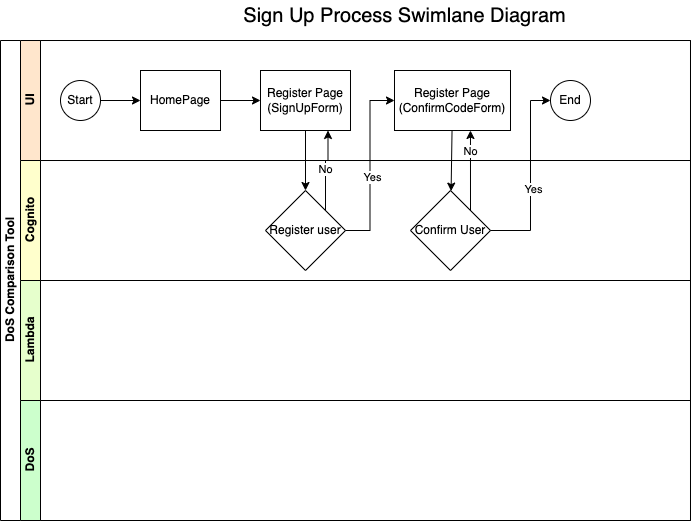
Above: documentation/diagrams/processes/Sign-Up-Process.drawio.png in nhsd-exeter/dos-comparison-tool (draw.io), before the change. Source tidied: cells renumbered, new cells last; positions are measured from the earlier drawing's top-left corner, leaving out a move shared by most shapes.
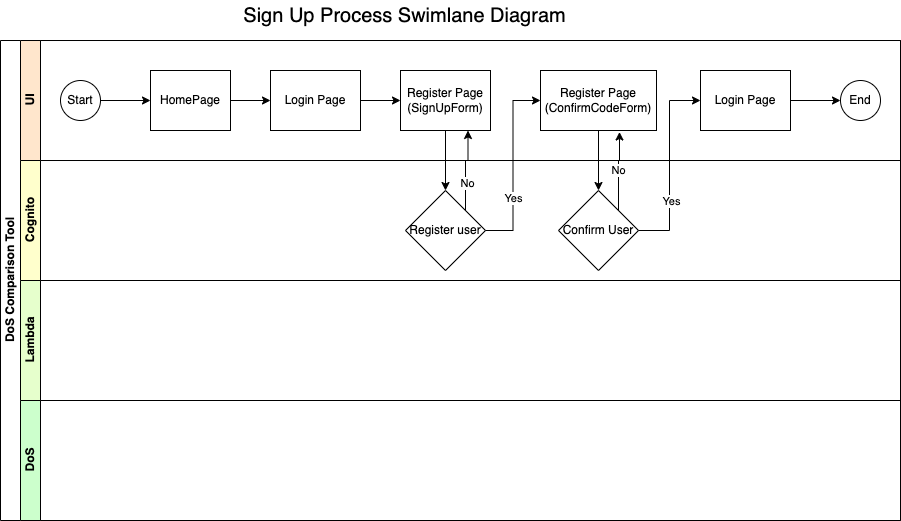
The same file after the commit.

Change to the diagram source:
```diff
@@ -3,88 +3,88 @@
     <mxCell id="0" />
     <mxCell id="1" parent="0" />
     <mxCell id="2" value="DoS Comparison Tool" style="swimlane;html=1;horizontal=0;startSize=20;" parent="1" vertex="1">
-      <mxGeometry y="40" width="690" height="480" as="geometry" />
+      <mxGeometry y="40" width="900" height="480" as="geometry" />
     </mxCell>
     <mxCell id="3" value="UI" style="swimlane;html=1;startSize=20;horizontal=0;fillColor=#FFE6CC;" parent="2" vertex="1">
-      <mxGeometry x="20" width="670" height="120" as="geometry" />
+      <mxGeometry x="20" width="880" height="120" as="geometry" />
     </mxCell>
-    <mxCell id="4" style="edgeStyle=orthogonalEdgeStyle;rounded=0;jettySize=auto;html=1;" parent="3" edge="1" source="5" target="7">
+    <mxCell id="4" style="edgeStyle=orthogonalEdgeStyle;rounded=0;html=1;" parent="3" edge="1" source="5" target="7">
       <mxGeometry relative="1" as="geometry" />
     </mxCell>
-    <mxCell id="5" value="Start" style="ellipse;whiteSpace=wrap;html=1;" parent="3" vertex="1">
+    <mxCell id="5" value="Start" style="ellipse;whiteSpace=wrap;html=1;flipH=1;" parent="3" vertex="1">
       <mxGeometry x="40" y="40" width="40" height="40" as="geometry" />
     </mxCell>
-    <mxCell id="6" style="edgeStyle=none;html=1;" parent="3" edge="1" source="7" target="8">
-      <mxGeometry relative="1" as="geometry" />
-    </mxCell>
+    <mxCell id="26" style="edgeStyle=orthogonalEdgeStyle;rounded=0;html=1;" parent="3" edge="1" source="7" target="28">
+      <mxGeometry relative="1" as="geometry" />
+    </mxCell>
-    <mxCell id="7" value="HomePage" style="rounded=0;whiteSpace=wrap;html=1;fontFamily=Helvetica;fontSize=12;fontColor=#000000;align=center;" parent="3" vertex="1">
-      <mxGeometry x="120" y="30" width="80" height="60" as="geometry" />
+    <mxCell id="7" value="HomePage" style="rounded=0;whiteSpace=wrap;html=1;fontFamily=Helvetica;fontSize=12;fontColor=#000000;align=center;flipH=1;" parent="3" vertex="1">
+      <mxGeometry x="130" y="30" width="80" height="60" as="geometry" />
     </mxCell>
-    <mxCell id="8" value="Register Page (SignUpForm)" style="rounded=0;whiteSpace=wrap;html=1;fontFamily=Helvetica;fontSize=12;fontColor=#000000;align=center;" parent="3" vertex="1">
-      <mxGeometry x="240" y="30" width="90" height="60" as="geometry" />
+    <mxCell id="8" value="Register Page (SignUpForm)" style="rounded=0;whiteSpace=wrap;html=1;fontFamily=Helvetica;fontSize=12;fontColor=#000000;align=center;flipH=1;" parent="3" vertex="1">
+      <mxGeometry x="380" y="30" width="90" height="60" as="geometry" />
     </mxCell>
+    <mxCell id="10" value="Register Page (ConfirmCodeForm)" style="rounded=0;whiteSpace=wrap;html=1;fontFamily=Helvetica;fontSize=12;fontColor=#000000;align=center;flipH=1;" parent="3" vertex="1">
+      <mxGeometry x="520" y="30" width="116" height="60" as="geometry" />
+    </mxCell>
+    <mxCell id="27" style="edgeStyle=orthogonalEdgeStyle;rounded=0;html=1;" parent="3" edge="1" source="28" target="8">
+      <mxGeometry relative="1" as="geometry" />
+    </mxCell>
+    <mxCell id="28" value="Login Page" style="rounded=0;whiteSpace=wrap;html=1;fontFamily=Helvetica;fontSize=12;fontColor=#000000;align=center;flipH=1;" parent="3" vertex="1">
+      <mxGeometry x="250" y="30" width="90" height="60" as="geometry" />
+    </mxCell>
+    <mxCell id="29" style="edgeStyle=orthogonalEdgeStyle;rounded=0;html=1;" parent="3" edge="1" source="30" target="9">
+      <mxGeometry relative="1" as="geometry" />
+    </mxCell>
+    <mxCell id="30" value="Login Page" style="rounded=0;whiteSpace=wrap;html=1;fontFamily=Helvetica;fontSize=12;fontColor=#000000;align=center;flipH=1;" parent="3" vertex="1">
+      <mxGeometry x="680" y="30" width="90" height="60" as="geometry" />
+    </mxCell>
-    <mxCell id="9" value="End" style="ellipse;whiteSpace=wrap;html=1;" parent="3" vertex="1">
-      <mxGeometry x="530" y="40" width="40" height="40" as="geometry" />
+    <mxCell id="9" value="End" style="ellipse;whiteSpace=wrap;html=1;flipH=1;" parent="3" vertex="1">
+      <mxGeometry x="820" y="40" width="40" height="40" as="geometry" />
     </mxCell>
-    <mxCell id="10" value="Register Page (ConfirmCodeForm)" style="rounded=0;whiteSpace=wrap;html=1;fontFamily=Helvetica;fontSize=12;fontColor=#000000;align=center;" parent="3" vertex="1">
-      <mxGeometry x="374" y="30" width="116" height="60" as="geometry" />
-    </mxCell>
     <mxCell id="11" value="Cognito" style="swimlane;html=1;startSize=20;horizontal=0;fillColor=#FFFFCC;" parent="2" vertex="1">
-      <mxGeometry x="20" y="120" width="670" height="120" as="geometry" />
+      <mxGeometry x="20" y="120" width="880" height="120" as="geometry" />
     </mxCell>
     <mxCell id="12" value="&lt;span&gt;Register user&lt;/span&gt;" style="rhombus;whiteSpace=wrap;html=1;" parent="11" vertex="1">
-      <mxGeometry x="245" y="30" width="80" height="80" as="geometry" />
+      <mxGeometry x="385" y="30" width="80" height="80" as="geometry" />
     </mxCell>
     <mxCell id="13" value="&lt;span&gt;Confirm User&lt;/span&gt;" style="rhombus;whiteSpace=wrap;html=1;" parent="11" vertex="1">
-      <mxGeometry x="390" y="30" width="80" height="80" as="geometry" />
+      <mxGeometry x="538" y="30" width="80" height="80" as="geometry" />
     </mxCell>
     <mxCell id="14" value="Lambda" style="swimlane;html=1;startSize=20;horizontal=0;fillColor=#E6FFCC;" parent="2" vertex="1">
-      <mxGeometry x="20" y="240" width="670" height="120" as="geometry" />
+      <mxGeometry x="20" y="240" width="880" height="120" as="geometry" />
     </mxCell>
     <mxCell id="15" value="DoS" style="swimlane;html=1;startSize=20;horizontal=0;fillColor=#CCFFCC;" parent="2" vertex="1">
-      <mxGeometry x="20" y="360" width="670" height="120" as="geometry" />
+      <mxGeometry x="20" y="360" width="880" height="120" as="geometry" />
     </mxCell>
-    <mxCell id="16" style="edgeStyle=orthogonalEdgeStyle;html=1;rounded=0;" parent="2" edge="1" source="8" target="12">
+    <mxCell id="16" style="edgeStyle=orthogonalEdgeStyle;rounded=0;html=1;entryX=0.5;entryY=0;entryDx=0;entryDy=0;" parent="2" edge="1" source="8" target="12">
       <mxGeometry relative="1" as="geometry" />
     </mxCell>
+    <mxCell id="18" style="edgeStyle=orthogonalEdgeStyle;rounded=0;html=1;entryX=0;entryY=0.5;entryDx=0;entryDy=0;" parent="2" edge="1" source="12" target="10">
+      <mxGeometry relative="1" as="geometry" />
+    </mxCell>
+    <mxCell id="31" value="Yes" style="edgeLabel;html=1;align=center;verticalAlign=middle;" parent="18" vertex="1">
+      <mxGeometry x="-0.35" y="1" relative="1" as="geometry">
+        <mxPoint x="1" as="offset" />
+      </mxGeometry>
+    </mxCell>
+    <mxCell id="32" style="edgeStyle=orthogonalEdgeStyle;rounded=0;html=1;exitX=1;exitY=0;exitDx=0;exitDy=0;entryX=0.75;entryY=1;entryDx=0;entryDy=0;" parent="2" edge="1" source="12" target="8">
+      <mxGeometry relative="1" as="geometry" />
+    </mxCell>
+    <mxCell id="24" value="No" style="edgeLabel;html=1;align=center;verticalAlign=middle;" parent="32" vertex="1">
+      <mxGeometry x="-0.31" y="-1" relative="1" as="geometry" />
+    </mxCell>
+    <mxCell id="20" style="edgeStyle=orthogonalEdgeStyle;rounded=0;html=1;entryX=0.5;entryY=0;entryDx=0;entryDy=0;" parent="2" edge="1" source="10" target="13">
+      <mxGeometry relative="1" as="geometry" />
+    </mxCell>
+    <mxCell id="33" style="edgeStyle=orthogonalEdgeStyle;rounded=0;html=1;entryX=0;entryY=0.5;entryDx=0;entryDy=0;" parent="2" edge="1" source="13" target="30">
+      <mxGeometry relative="1" as="geometry" />
+    </mxCell>
+    <mxCell id="34" value="Yes" style="edgeLabel;html=1;align=center;verticalAlign=middle;" parent="33" vertex="1">
+      <mxGeometry x="-0.36" y="-1" relative="1" as="geometry" />
+    </mxCell>
-    <mxCell id="17" value="No" style="edgeStyle=orthogonalEdgeStyle;rounded=0;html=1;exitX=1;exitY=0;exitDx=0;exitDy=0;entryX=0.75;entryY=1;entryDx=0;entryDy=0;" parent="2" edge="1" source="12" target="8">
-      <mxGeometry relative="1" as="geometry">
-        <Array as="points">
-          <mxPoint x="325" y="120" />
-          <mxPoint x="328" y="120" />
-        </Array>
-      </mxGeometry>
+    <mxCell id="17" value="No" style="edgeStyle=orthogonalEdgeStyle;rounded=0;html=1;exitX=1;exitY=0;exitDx=0;exitDy=0;entryX=0.319;entryY=1.025;entryDx=0;entryDy=0;entryPerimeter=0;" parent="2" edge="1" source="13" target="10">
+      <mxGeometry relative="1" as="geometry" />
     </mxCell>
-    <mxCell id="18" style="edgeStyle=orthogonalEdgeStyle;rounded=0;html=1;entryX=0;entryY=0.5;entryDx=0;entryDy=0;" parent="2" edge="1" source="12" target="10">
-      <mxGeometry relative="1" as="geometry" />
-    </mxCell>
-    <mxCell id="19" value="Yes" style="edgeLabel;html=1;align=center;verticalAlign=middle;" parent="18" vertex="1">
-      <mxGeometry x="-0.11" y="-3" relative="1" as="geometry">
-        <mxPoint x="-1" y="2" as="offset" />
-      </mxGeometry>
-    </mxCell>
-    <mxCell id="20" style="edgeStyle=none;html=1;" parent="2" edge="1" source="10" target="13">
-      <mxGeometry relative="1" as="geometry" />
-    </mxCell>
-    <mxCell id="21" style="edgeStyle=orthogonalEdgeStyle;rounded=0;html=1;entryX=0;entryY=0.5;entryDx=0;entryDy=0;" parent="2" edge="1" source="13" target="9">
-      <mxGeometry relative="1" as="geometry">
-        <Array as="points">
-          <mxPoint x="530" y="190" />
-          <mxPoint x="530" y="60" />
-        </Array>
-      </mxGeometry>
-    </mxCell>
-    <mxCell id="22" value="Yes" style="edgeLabel;html=1;align=center;verticalAlign=middle;" parent="21" vertex="1">
-      <mxGeometry x="-0.11" y="-3" relative="1" as="geometry">
-        <mxPoint x="-1" y="2" as="offset" />
-      </mxGeometry>
-    </mxCell>
-    <mxCell id="23" style="edgeStyle=none;html=1;entryX=0.655;entryY=1;entryDx=0;entryDy=0;exitX=1;exitY=0;exitDx=0;exitDy=0;entryPerimeter=0;" parent="2" edge="1" source="13" target="10">
-      <mxGeometry relative="1" as="geometry" />
-    </mxCell>
-    <mxCell id="24" value="No" style="edgeLabel;html=1;align=center;verticalAlign=middle;" parent="23" vertex="1">
-      <mxGeometry x="0.5" relative="1" as="geometry" />
-    </mxCell>
     <mxCell id="25" value="Sign Up Process Swimlane Diagram" style="text;html=1;strokeColor=none;fillColor=none;align=center;verticalAlign=middle;whiteSpace=wrap;rounded=0;fontSize=20;" parent="1" vertex="1">
       <mxGeometry x="239" width="331" height="30" as="geometry" />
     </mxCell>
```
